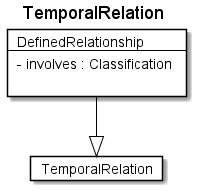
This is fragments/diagrams/TemporalRelation.png from rtigran/rdf2adoc, a PlantUML export, as it was before one commit.
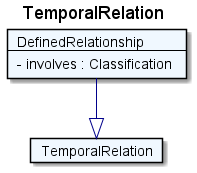
Above is the later version.

Change to the diagram source:
```diff
@@ -1,14 +1,13 @@
 @startuml
 Title TemporalRelation
 
-Card TemporalRelation #fff [
+Card TemporalRelation #F0F8FF [
 TemporalRelation
 ]
-Card DefinedRelationship #fff [
+Card DefinedRelationship #F0F8FF [
 DefinedRelationship
 ----
 - involves : Classification
-
 ]
-DefinedRelationship --|> TemporalRelation  #000
+DefinedRelationship --|> TemporalRelation  #00008B
 @enduml
```
